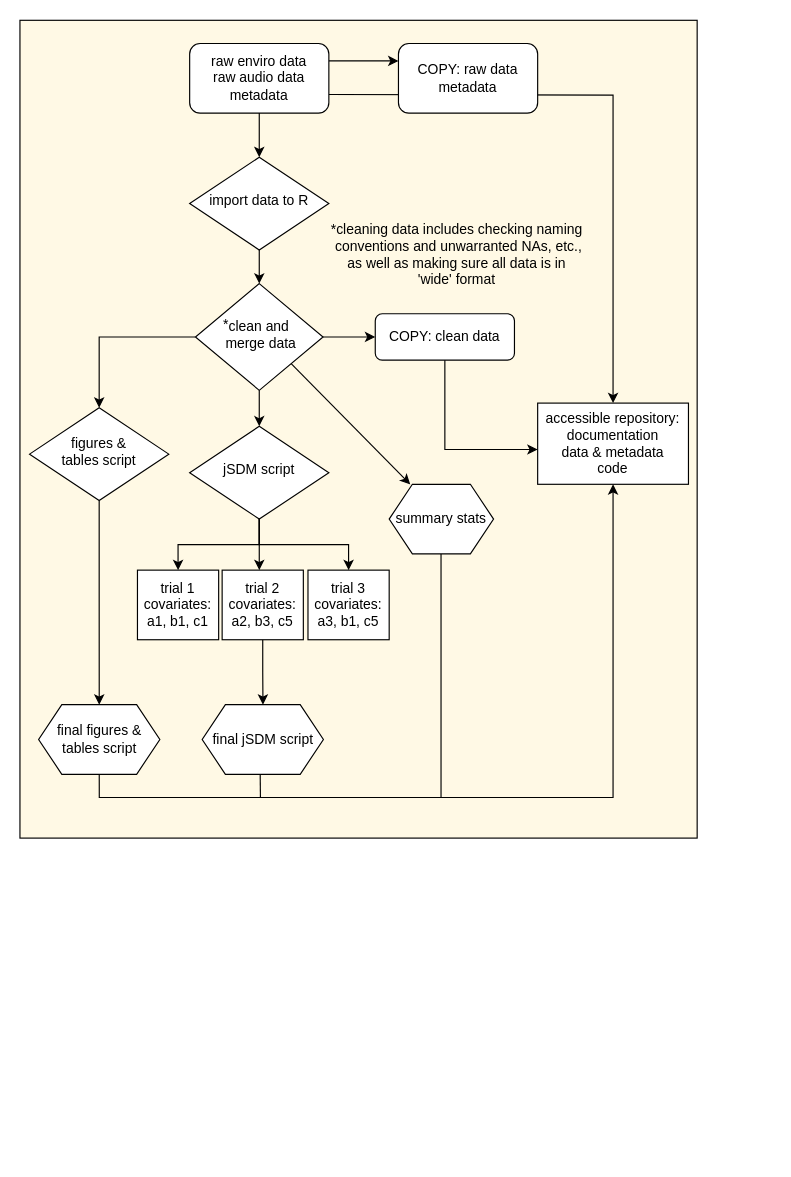
Above: ProjectWorkflow.drawio in annakohlberg/Trial (draw.io), before the change. Source tidied: cells renumbered, new cells numbered last; positions are measured from the earlier drawing's top-left corner, leaving out a move shared by most shapes. Both pictures are drawn from the tidied source at 116%, with x=0, y=0 at pixel (-51, 43).
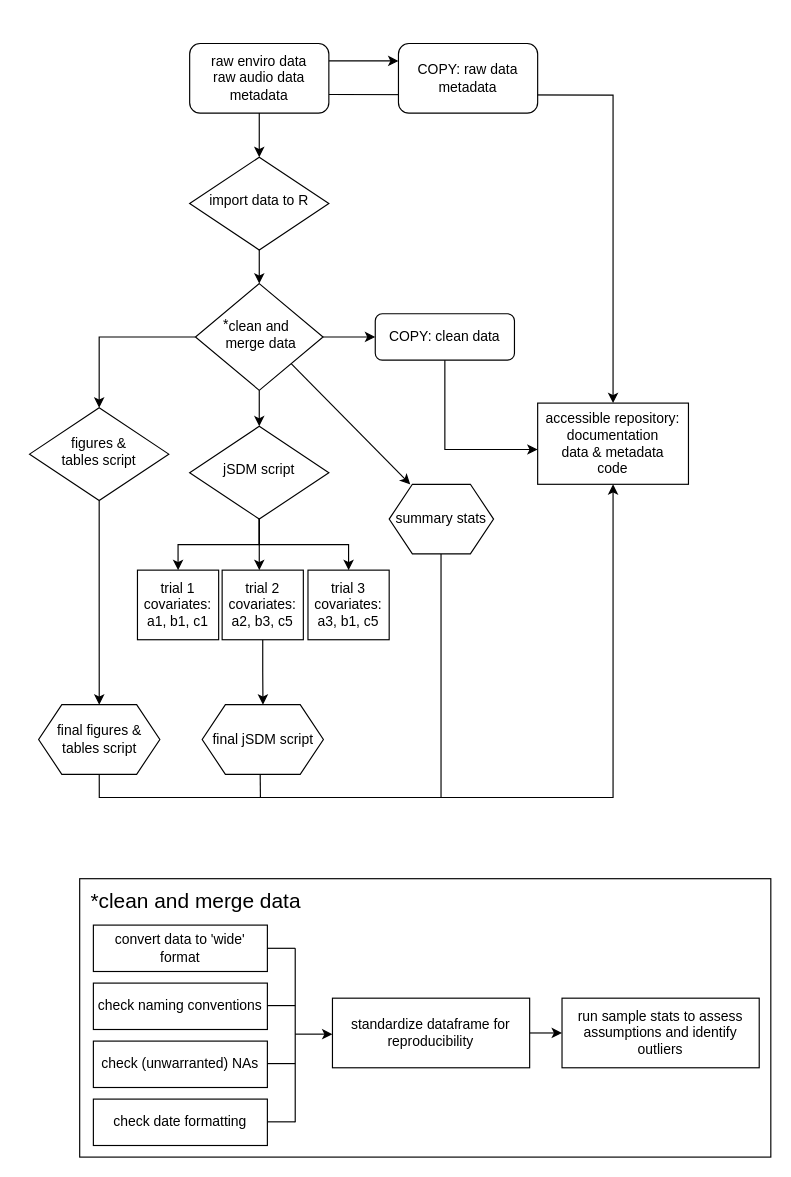
After the change.

Change to the diagram source:
```diff
@@
-    <mxCell id="2" style="rounded=0;whiteSpace=wrap;html=1;rotation=90;fillColor=#FFF9E5;" parent="1" vertex="1">
-      <mxGeometry x="0.1" y="40.6" width="705" height="583.8" as="geometry" />
-    </mxCell>
+    <mxCell id="36" style="rounded=0;whiteSpace=wrap;html=1;" parent="1" vertex="1">
+      <mxGeometry x="112.2" y="720" width="595.8" height="240" as="geometry" />
+    </mxCell>
@@
-    <mxCell id="27" value="*cleaning data includes checking naming&lt;br&gt;&amp;nbsp;conventions and unwarranted NAs, etc.,&lt;br&gt;as well as making sure&amp;nbsp;all data is in &lt;br&gt;'wide' format" style="text;html=1;align=center;verticalAlign=middle;strokeColor=none;fillColor=none;" parent="1" vertex="1">
-      <mxGeometry x="317" y="147" width="240" height="70" as="geometry" />
-    </mxCell>
@@
+    <mxCell id="37" value="&lt;font style=&quot;font-size: 18px;&quot;&gt;*clean and merge data&lt;/font&gt;" style="text;html=1;align=center;verticalAlign=middle;strokeColor=none;fillColor=none;" parent="1" vertex="1">
+      <mxGeometry x="112.2" y="720" width="200" height="40" as="geometry" />
+    </mxCell>
+    <mxCell id="38" value="check naming conventions" style="rounded=0;whiteSpace=wrap;html=1;" parent="1" vertex="1">
+      <mxGeometry x="124" y="810" width="150" height="40" as="geometry" />
+    </mxCell>
+    <mxCell id="39" value="convert data to 'wide' format" style="rounded=0;whiteSpace=wrap;html=1;" parent="1" vertex="1">
+      <mxGeometry x="124" y="760" width="150" height="40" as="geometry" />
+    </mxCell>
+    <mxCell id="40" value="check (unwarranted) NAs" style="rounded=0;whiteSpace=wrap;html=1;" parent="1" vertex="1">
+      <mxGeometry x="124" y="860" width="150" height="40" as="geometry" />
+    </mxCell>
+    <mxCell id="41" value="run sample stats to assess assumptions and identify outliers" style="rounded=0;whiteSpace=wrap;html=1;" parent="1" vertex="1">
+      <mxGeometry x="528" y="823" width="170" height="60" as="geometry" />
+    </mxCell>
+    <mxCell id="42" style="edgeStyle=orthogonalEdgeStyle;rounded=0;jettySize=auto;html=1;exitX=1;exitY=0.5;exitDx=0;exitDy=0;entryX=0;entryY=0.5;entryDx=0;entryDy=0;" parent="1" edge="1" source="43" target="41">
+      <mxGeometry relative="1" as="geometry" />
+    </mxCell>
+    <mxCell id="43" value="standardize dataframe for reproducibility" style="rounded=0;whiteSpace=wrap;html=1;" parent="1" vertex="1">
+      <mxGeometry x="330.1" y="823" width="170" height="60" as="geometry" />
+    </mxCell>
+    <mxCell id="44" style="endArrow=none;html=1;rounded=0;exitX=1;exitY=0.5;exitDx=0;exitDy=0;" parent="1" edge="1" source="39">
+      <mxGeometry relative="1" as="geometry">
+        <mxPoint x="298" y="780" as="targetPoint" />
+      </mxGeometry>
+    </mxCell>
+    <mxCell id="45" style="endArrow=none;html=1;rounded=0;exitX=1;exitY=0.5;exitDx=0;exitDy=0;" parent="1" edge="1">
+      <mxGeometry relative="1" as="geometry">
+        <mxPoint x="274" y="829.4" as="sourcePoint" />
+        <mxPoint x="298" y="829.4" as="targetPoint" />
+      </mxGeometry>
+    </mxCell>
+    <mxCell id="46" style="endArrow=none;html=1;rounded=0;exitX=1;exitY=0.5;exitDx=0;exitDy=0;" parent="1" edge="1">
+      <mxGeometry relative="1" as="geometry">
+        <mxPoint x="274" y="879.4" as="sourcePoint" />
+        <mxPoint x="298" y="879.4" as="targetPoint" />
+      </mxGeometry>
+    </mxCell>
+    <mxCell id="47" style="endArrow=none;html=1;rounded=0;" parent="1" edge="1">
+      <mxGeometry relative="1" as="geometry">
+        <mxPoint x="298" y="930" as="sourcePoint" />
+        <mxPoint x="298" y="780" as="targetPoint" />
+      </mxGeometry>
+    </mxCell>
+    <mxCell id="48" style="endArrow=classic;html=1;rounded=0;entryX=0;entryY=0.5;entryDx=0;entryDy=0;" parent="1" edge="1">
+      <mxGeometry relative="1" as="geometry">
+        <mxPoint x="298" y="854" as="sourcePoint" />
+        <mxPoint x="330.1" y="854" as="targetPoint" />
+      </mxGeometry>
+    </mxCell>
+    <mxCell id="49" value="check date formatting" style="rounded=0;whiteSpace=wrap;html=1;" parent="1" vertex="1">
+      <mxGeometry x="124" y="910" width="150" height="40" as="geometry" />
+    </mxCell>
+    <mxCell id="50" style="endArrow=none;html=1;rounded=0;exitX=1;exitY=0.5;exitDx=0;exitDy=0;" parent="1" edge="1">
+      <mxGeometry relative="1" as="geometry">
+        <mxPoint x="274" y="929.6" as="sourcePoint" />
+        <mxPoint x="298" y="929.6" as="targetPoint" />
+      </mxGeometry>
+    </mxCell>
```
